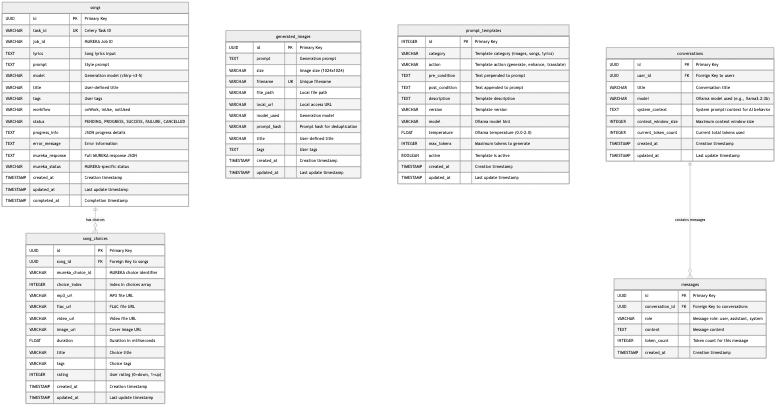
rwellinger/aiproxy keeps this Mermaid diagram as docs/arch42/images/13_database_schema.png. Above is the earlier version. Its source is kept beside it as docs/arch42/13_database_schema.mmd.
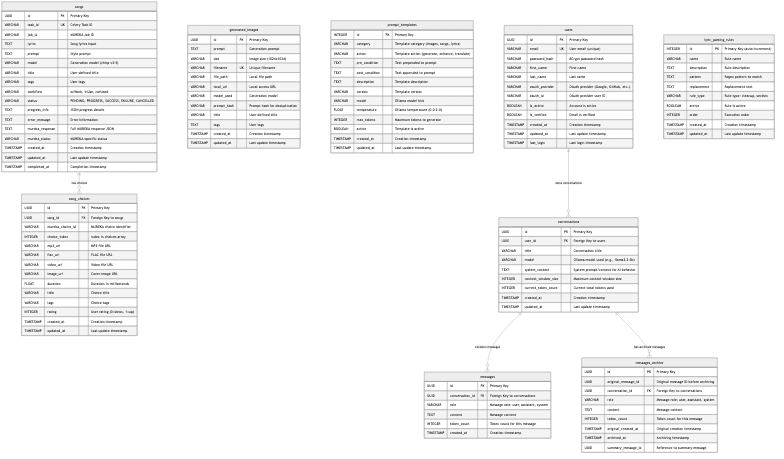
Above is the later version.

Change to the diagram source:
```diff
@@ -88,5 +88,47 @@
         TIMESTAMP created_at "Creation timestamp"
     }
 
+    messages_archive {
+        UUID id PK "Primary Key"
+        UUID original_message_id "Original message ID before archiving"
+        UUID conversation_id FK "Foreign Key to conversations"
+        VARCHAR role "Message role: user, assistant, system"
+        TEXT content "Message content"
+        INTEGER token_count "Token count for this message"
+        TIMESTAMP original_created_at "Original creation timestamp"
+        TIMESTAMP archived_at "Archiving timestamp"
+        UUID summary_message_id "Reference to summary message"
+    }
+
+    users {
+        UUID id PK "Primary Key"
+        VARCHAR email UK "User email (unique)"
+        VARCHAR password_hash "BCrypt password hash"
+        VARCHAR first_name "First name"
+        VARCHAR last_name "Last name"
+        VARCHAR oauth_provider "OAuth provider (Google, GitHub, etc.)"
+        VARCHAR oauth_id "OAuth provider user ID"
+        BOOLEAN is_active "Account is active"
+        BOOLEAN is_verified "Email is verified"
+        TIMESTAMP created_at "Creation timestamp"
+        TIMESTAMP updated_at "Last update timestamp"
+        TIMESTAMP last_login "Last login timestamp"
+    }
+
+    lyric_parsing_rules {
+        INTEGER id PK "Primary Key (auto-increment)"
+        VARCHAR name "Rule name"
+        TEXT description "Rule description"
+        TEXT pattern "Regex pattern to match"
+        TEXT replacement "Replacement text"
+        VARCHAR rule_type "Rule type: cleanup, section"
+        BOOLEAN active "Rule is active"
+        INTEGER order "Execution order"
+        TIMESTAMP created_at "Creation timestamp"
+        TIMESTAMP updated_at "Last update timestamp"
+    }
+
     songs ||--o{ song_choices : "has choices"
+    users ||--o{ conversations : "owns conversations"
     conversations ||--o{ messages : "contains messages"
+    conversations ||--o{ messages_archive : "has archived messages"
```
